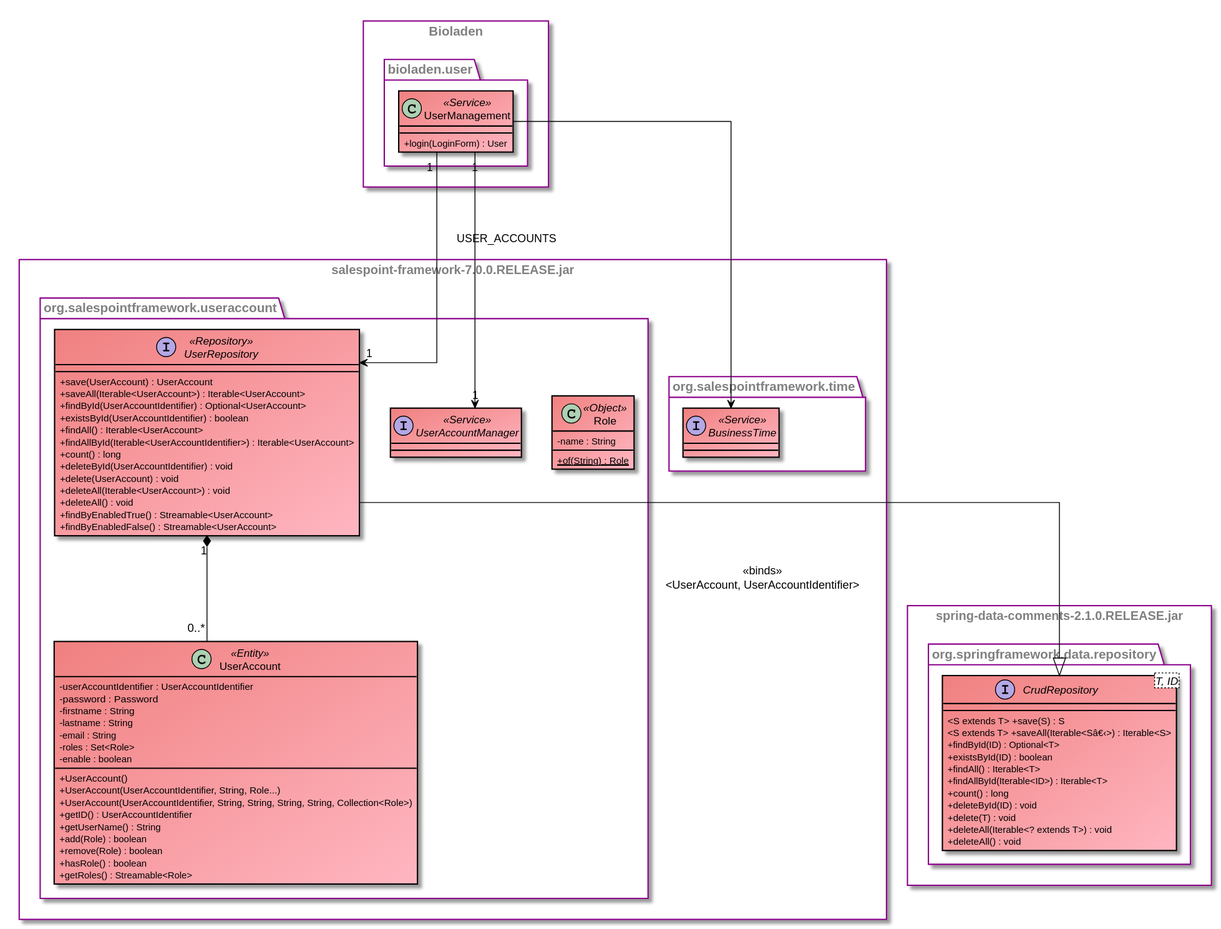
Earlier version of the PlantUML export src/main/asciidoc/models/design/DesignUserDepartment.svg (LimitlessGreen/swt18w43).
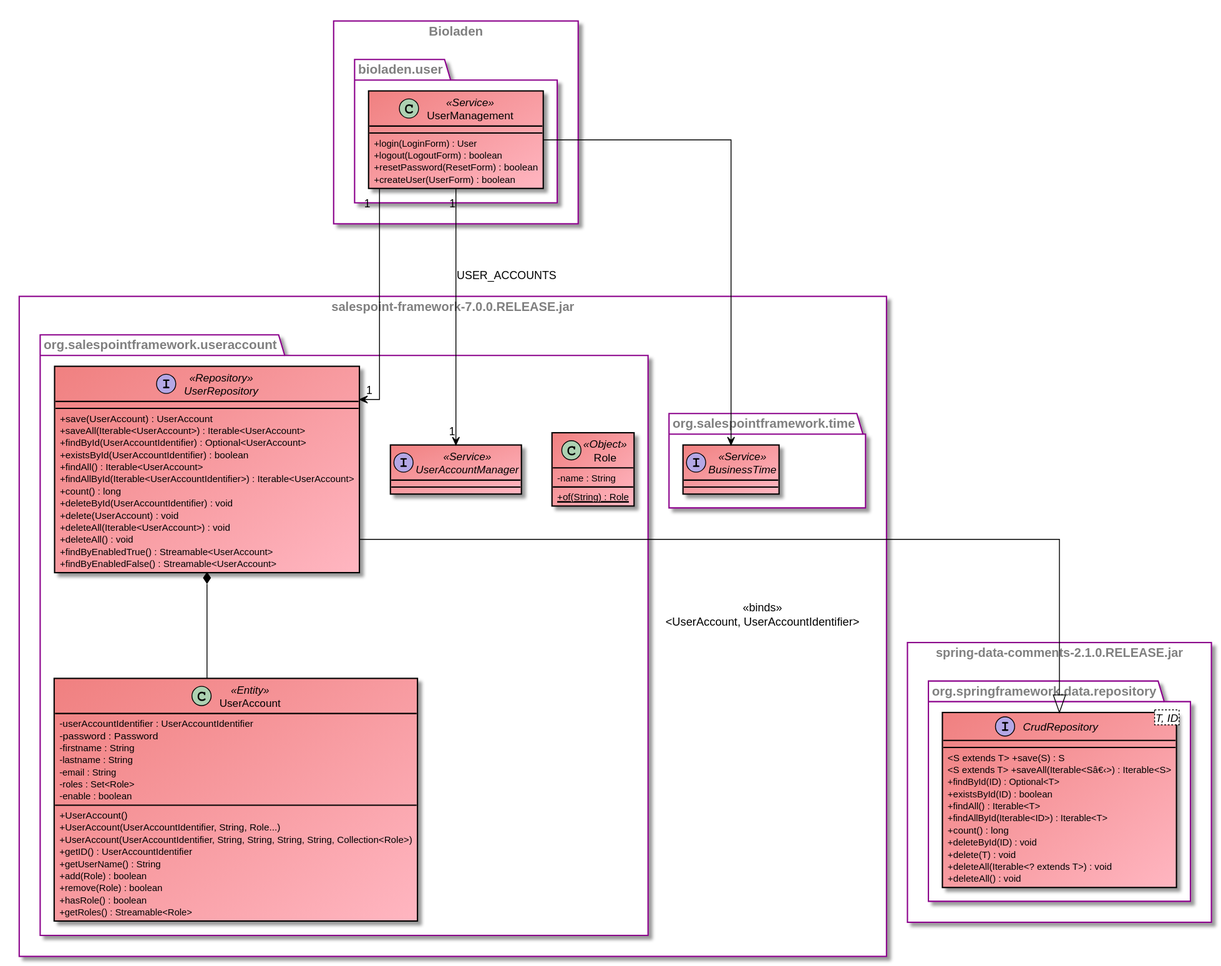
After the change.

Commit message:
[Design] Cardinalities solved

Change to the diagram source:
```diff
@@ -79,6 +79,10 @@
 
         class UserManagement <<Service>> {
             +login(LoginForm) : User
+            +logout(LogoutForm) : boolean
+            +resetPassword(ResetForm) : boolean
+            +createUser(UserForm) : boolean
+
         }
     }
 
@@ -108,7 +112,7 @@
 
 
 
-UserRepository "1" *-- "0..*" UserAccount
+UserRepository  *--  UserAccount
 UserRepository --|> CrudRepository: <<binds>>\n<UserAccount, UserAccountIdentifier>
 UserManagement "1" --> "1" UserAccountManager: \n\nUSER_ACCOUNTS
 UserManagement "1" --> "1" UserRepository
```
